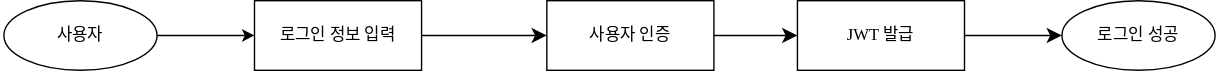
Before: task_flow.drawio.svg, a diagram exported from draw.io (seculoper235/Auth-Development). Source tidied: cells renumbered, new cells last; positions are measured from the earlier drawing's top-left corner, leaving out a move shared by most shapes.
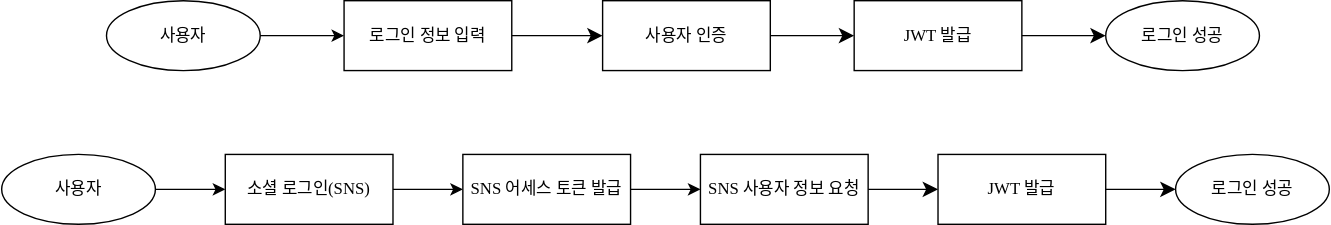
The same diagram one commit later.

The edit, as a diff of the source:
```diff
@@ -6,13 +6,13 @@
       <mxGeometry relative="1" as="geometry" />
     </mxCell>
     <mxCell id="3" value="로그인 정보 입력" style="whiteSpace=wrap;html=1;rounded=0;shadow=0;comic=0;labelBackgroundColor=none;strokeWidth=1;fontFamily=Verdana;fontSize=12;align=center;" parent="1" vertex="1">
-      <mxGeometry x="180" width="120" height="50" as="geometry" />
+      <mxGeometry x="205" width="120" height="50" as="geometry" />
     </mxCell>
     <mxCell id="4" style="edgeStyle=none;html=1;labelBackgroundColor=none;startFill=0;startSize=8;endFill=1;endSize=8;fontFamily=Verdana;fontSize=12;exitX=1;exitY=0.5;exitDx=0;exitDy=0;entryX=0;entryY=0.5;entryDx=0;entryDy=0;" parent="1" edge="1" source="6" target="7">
       <mxGeometry relative="1" as="geometry" />
     </mxCell>
     <mxCell id="5" value="사용자" style="ellipse;whiteSpace=wrap;html=1;" parent="1" vertex="1">
-      <mxGeometry width="110" height="50" as="geometry" />
+      <mxGeometry x="35" width="110" height="50" as="geometry" />
     </mxCell>
     <mxCell id="6" value="사용자 인증" style="whiteSpace=wrap;html=1;rounded=0;shadow=0;comic=0;labelBackgroundColor=none;strokeWidth=1;fontFamily=Verdana;fontSize=12;align=center;" parent="1" vertex="1">
       <mxGeometry x="390" width="120" height="50" as="geometry" />
@@ -23,13 +23,44 @@
     <mxCell id="8" style="endArrow=classic;html=1;rounded=0;exitX=1;exitY=0.5;exitDx=0;exitDy=0;entryX=0;entryY=0.5;entryDx=0;entryDy=0;" parent="1" edge="1" source="5" target="3">
       <mxGeometry relative="1" as="geometry" />
     </mxCell>
-    <mxCell id="9" style="edgeStyle=none;html=1;labelBackgroundColor=none;startFill=0;startSize=8;endFill=1;endSize=8;fontFamily=Verdana;fontSize=12;exitX=1;exitY=0.5;exitDx=0;exitDy=0;entryX=0;entryY=0.5;entryDx=0;entryDy=0;" parent="1" edge="1" source="7">
-      <mxGeometry relative="1" as="geometry">
-        <mxPoint x="760" y="25" as="targetPoint" />
-      </mxGeometry>
+    <mxCell id="9" style="edgeStyle=none;html=1;labelBackgroundColor=none;startFill=0;startSize=8;endFill=1;endSize=8;fontFamily=Verdana;fontSize=12;exitX=1;exitY=0.5;exitDx=0;exitDy=0;entryX=0;entryY=0.5;entryDx=0;entryDy=0;" parent="1" edge="1" source="7" target="10">
+      <mxGeometry relative="1" as="geometry" />
     </mxCell>
     <mxCell id="10" value="&lt;span style=&quot;font-family: Verdana;&quot;&gt;로그인 성공&lt;/span&gt;" style="ellipse;whiteSpace=wrap;html=1;" parent="1" vertex="1">
-      <mxGeometry x="760" width="110" height="50" as="geometry" />
+      <mxGeometry x="750" width="110" height="50" as="geometry" />
     </mxCell>
+    <mxCell id="11" style="edgeStyle=none;html=1;labelBackgroundColor=none;startFill=0;startSize=8;endFill=1;endSize=8;fontFamily=Verdana;fontSize=12;exitX=1;exitY=0.5;exitDx=0;exitDy=0;entryX=0;entryY=0.5;entryDx=0;entryDy=0;" parent="1" edge="1" source="19" target="13">
+      <mxGeometry relative="1" as="geometry" />
+    </mxCell>
+    <mxCell id="12" value="사용자" style="ellipse;whiteSpace=wrap;html=1;" parent="1" vertex="1">
+      <mxGeometry x="-40" y="110" width="110" height="50" as="geometry" />
+    </mxCell>
+    <mxCell id="13" value="JWT 발급" style="whiteSpace=wrap;html=1;rounded=0;shadow=0;comic=0;labelBackgroundColor=none;strokeWidth=1;fontFamily=Verdana;fontSize=12;align=center;" parent="1" vertex="1">
+      <mxGeometry x="630" y="110" width="120" height="50" as="geometry" />
+    </mxCell>
+    <mxCell id="14" style="endArrow=classic;html=1;rounded=0;exitX=1;exitY=0.5;exitDx=0;exitDy=0;entryX=0;entryY=0.5;entryDx=0;entryDy=0;" parent="1" edge="1" source="12" target="16">
+      <mxGeometry relative="1" as="geometry" />
+    </mxCell>
+    <mxCell id="15" style="edgeStyle=orthogonalEdgeStyle;rounded=0;jettySize=auto;html=1;exitX=1;exitY=0.5;exitDx=0;exitDy=0;entryX=0;entryY=0.5;entryDx=0;entryDy=0;" parent="1" edge="1" source="21" target="19">
+      <mxGeometry relative="1" as="geometry" />
+    </mxCell>
+    <mxCell id="16" value="소셜 로그인(SNS)" style="whiteSpace=wrap;html=1;rounded=0;shadow=0;comic=0;labelBackgroundColor=none;strokeWidth=1;fontFamily=Verdana;fontSize=12;align=center;" parent="1" vertex="1">
+      <mxGeometry x="120" y="110" width="120" height="50" as="geometry" />
+    </mxCell>
+    <mxCell id="17" style="edgeStyle=none;html=1;labelBackgroundColor=none;startFill=0;startSize=8;endFill=1;endSize=8;fontFamily=Verdana;fontSize=12;exitX=1;exitY=0.5;exitDx=0;exitDy=0;entryX=0;entryY=0.5;entryDx=0;entryDy=0;" parent="1" edge="1" source="13" target="18">
+      <mxGeometry relative="1" as="geometry" />
+    </mxCell>
+    <mxCell id="18" value="&lt;span style=&quot;font-family: Verdana;&quot;&gt;로그인 성공&lt;/span&gt;" style="ellipse;whiteSpace=wrap;html=1;" parent="1" vertex="1">
+      <mxGeometry x="800" y="110" width="110" height="50" as="geometry" />
+    </mxCell>
+    <mxCell id="19" value="SNS 사용자 정보 요청" style="whiteSpace=wrap;html=1;rounded=0;shadow=0;comic=0;labelBackgroundColor=none;strokeWidth=1;fontFamily=Verdana;fontSize=12;align=center;" parent="1" vertex="1">
+      <mxGeometry x="460" y="110" width="120" height="50" as="geometry" />
+    </mxCell>
+    <mxCell id="20" style="endArrow=classic;html=1;rounded=0;exitX=1;exitY=0.5;exitDx=0;exitDy=0;entryX=0;entryY=0.5;entryDx=0;entryDy=0;" parent="1" edge="1" source="16" target="21">
+      <mxGeometry relative="1" as="geometry" />
+    </mxCell>
+    <mxCell id="21" value="SNS 어세스 토큰 발급" style="whiteSpace=wrap;html=1;rounded=0;shadow=0;comic=0;labelBackgroundColor=none;strokeWidth=1;fontFamily=Verdana;fontSize=12;align=center;" parent="1" vertex="1">
+      <mxGeometry x="290" y="110" width="120" height="50" as="geometry" />
+    </mxCell>
   </root>
 </mxGraphModel>
```
